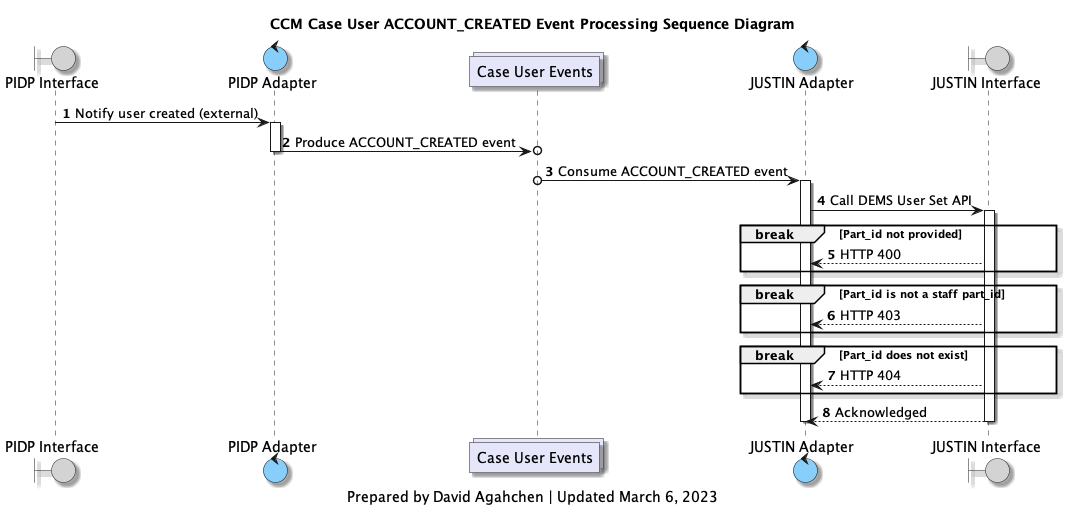
The PlantUML diagram diagrams/img/ccm_case_user_account_created_processing_sequence_diagram.png in bcgov/jpss-jade-ccm, before a commit. Its source is kept beside it as diagrams/ccm_case_user_account_created_processing_sequence_diagram.plantuml.
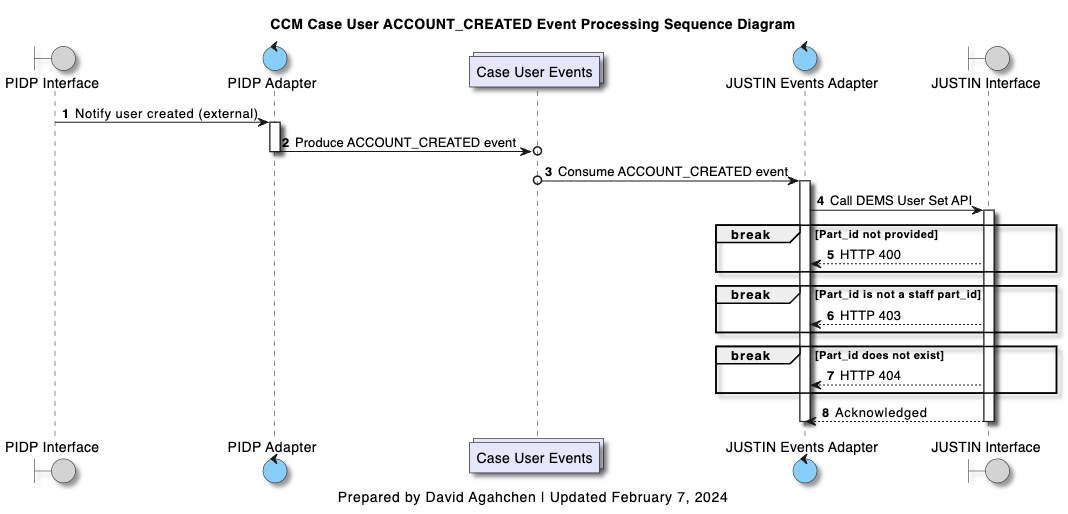
After the commit.

Diff of the diagram source:
```diff
@@ -9,7 +9,7 @@
 boundary p_interface as "PIDP Interface"
 control p_adapter as "PIDP Adapter"
 collections case_users_topic as "Case User Events"
-control j_adapter as "JUSTIN Adapter"
+control j_adapter as "JUSTIN Events Adapter"
 boundary j_interface as "JUSTIN Interface"
 
 title
@@ -46,6 +46,6 @@
 deactivate j_adapter
 
 caption
-Prepared by David Agahchen | Updated March 6, 2023
+Prepared by David Agahchen | Updated February 7, 2024
 end caption
 @enduml
```
